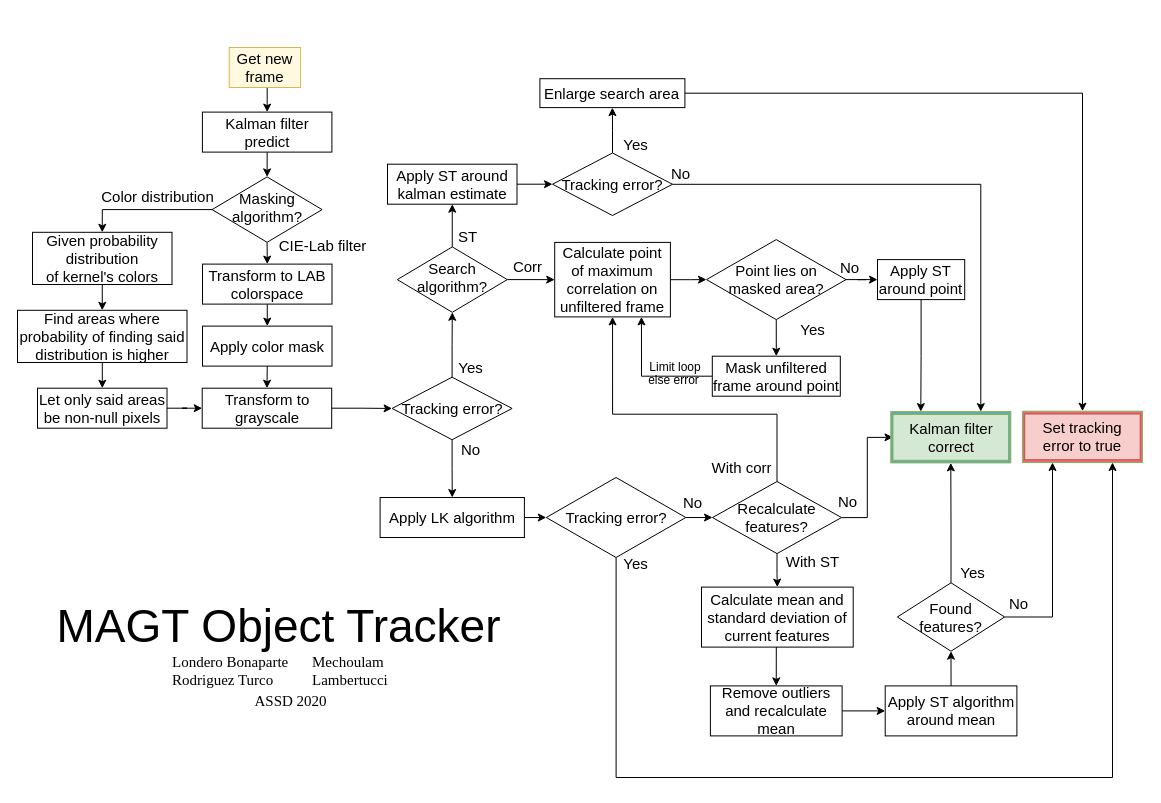
Before: Flowchart.drawio in amechu/TP_FINAL_ASSD, a draw.io diagram. Source tidied: cells renumbered, new cells numbered last; positions are measured from the earlier drawing's top-left corner, leaving out a move shared by most shapes. Both pictures are drawn from the tidied source at 100%, with x=0, y=0 at pixel (17, 47).
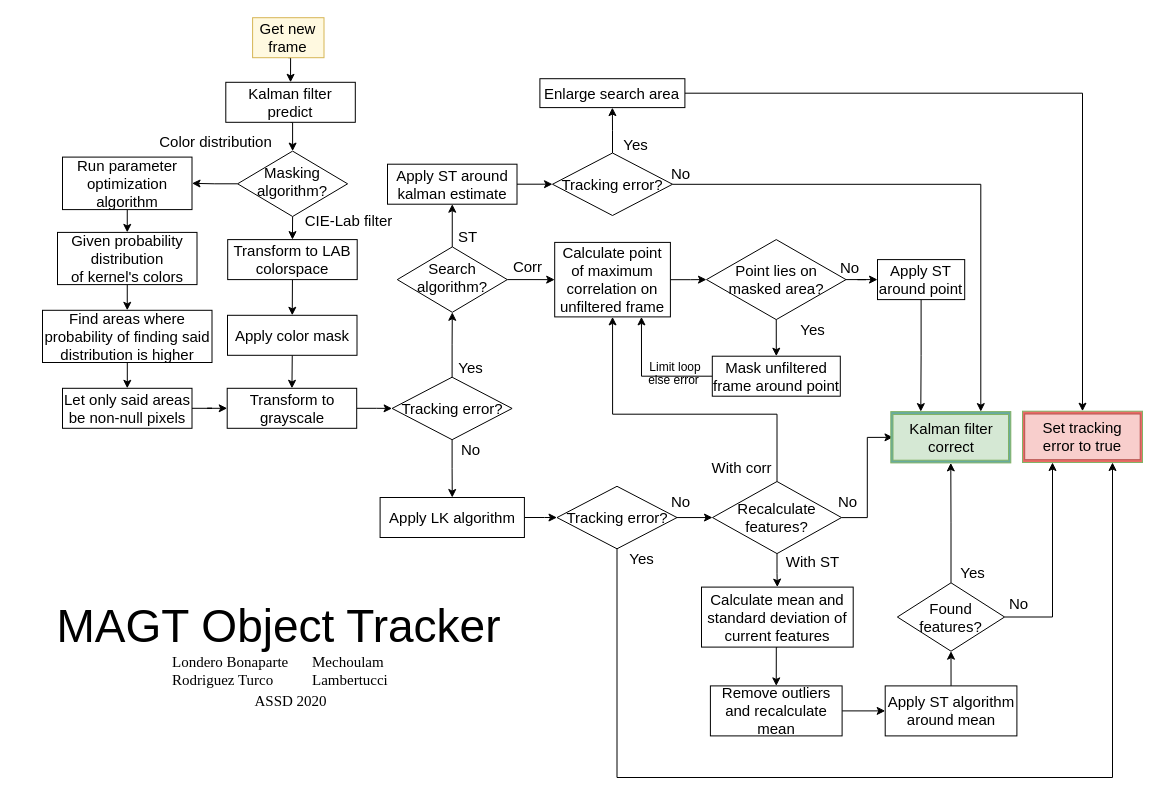
The same page after the edit.

Unchanged cells that the change refers to:
```xml
<mxCell id="86" style="rounded=0;whiteSpace=wrap;html=1;strokeColor=#82b366;fillColor=#EA6B66;" parent="1" vertex="1">
  <mxGeometry x="1005" y="363.7" width="120" height="51.3" as="geometry" />
</mxCell>
```

What changed in the source:
```diff
@@
     <mxCell id="4" value="Get new frame" style="whiteSpace=wrap;html=1;align=center;fontSize=15;strokeColor=#d6b656;fillColor=#FFF9E0;" parent="1" vertex="1">
-      <mxGeometry x="211.7" width="71.4" height="40" as="geometry" />
+      <mxGeometry x="235.1" y="-29.8" width="71.4" height="40" as="geometry" />
     </mxCell>
@@
     <mxCell id="6" value="Transform to LAB colorspace" style="whiteSpace=wrap;html=1;align=center;fontSize=15;" parent="1" vertex="1">
-      <mxGeometry x="185" y="216.6" width="129.5" height="40" as="geometry" />
+      <mxGeometry x="210.2" y="192.1" width="129.5" height="40" as="geometry" />
     </mxCell>
-    <mxCell id="7" style="edgeStyle=orthogonalEdgeStyle;rounded=0;jettySize=auto;html=1;exitX=0.5;exitY=1;exitDx=0;exitDy=0;entryX=0.5;entryY=0;entryDx=0;entryDy=0;endArrow=classic;endFill=1;" parent="1" edge="1" source="8" target="12">
+    <mxCell id="7" style="edgeStyle=orthogonalEdgeStyle;rounded=0;jettySize=auto;html=1;exitX=0.5;exitY=1;exitDx=0;exitDy=0;entryX=0.5;entryY=0;entryDx=0;entryDy=0;" parent="1" edge="1" source="8" target="12">
       <mxGeometry relative="1" as="geometry" />
     </mxCell>
     <mxCell id="8" value="Apply color mask" style="whiteSpace=wrap;html=1;align=center;fontSize=15;" parent="1" vertex="1">
-      <mxGeometry x="185" y="278.6" width="129.5" height="40" as="geometry" />
+      <mxGeometry x="210" y="267.8" width="129.5" height="40" as="geometry" />
     </mxCell>
@@
     <mxCell id="10" value="Kalman filter predict" style="whiteSpace=wrap;html=1;align=center;fontSize=15;" parent="1" vertex="1">
-      <mxGeometry x="184.9" y="64.6" width="129.5" height="40" as="geometry" />
+      <mxGeometry x="208.3" y="34.8" width="129.5" height="40" as="geometry" />
     </mxCell>
@@
     <mxCell id="12" value="Transform to grayscale" style="whiteSpace=wrap;html=1;align=center;fontSize=15;" parent="1" vertex="1">
-      <mxGeometry x="184.7" y="340.7" width="129.5" height="40" as="geometry" />
+      <mxGeometry x="209.7" y="340.8" width="129.5" height="40" as="geometry" />
     </mxCell>
@@
-    <mxCell id="45" style="edgeStyle=orthogonalEdgeStyle;rounded=0;jettySize=auto;html=1;entryX=0.75;entryY=1;entryDx=0;entryDy=0;" parent="1" edge="1" source="46" target="86">
+    <mxCell id="45" style="edgeStyle=orthogonalEdgeStyle;rounded=0;jettySize=auto;html=1;entryX=0.75;entryY=1;entryDx=0;entryDy=0;exitX=0.5;exitY=1;exitDx=0;exitDy=0;" parent="1" edge="1" source="46" target="86">
       <mxGeometry relative="1" as="geometry">
         <Array as="points">
-          <mxPoint x="599" y="730" />
+          <mxPoint x="600" y="730" />
           <mxPoint x="1095" y="730" />
         </Array>
       </mxGeometry>
     </mxCell>
-    <mxCell id="46" value="Tracking error?" style="shape=rhombus;perimeter=rhombusPerimeter;whiteSpace=wrap;html=1;align=center;fontSize=15;" parent="1" vertex="1">
-      <mxGeometry x="528.8" y="430" width="139.5" height="80" as="geometry" />
-    </mxCell>
     <mxCell id="47" value="Yes" style="text;html=1;align=center;verticalAlign=middle;fontSize=15;" parent="1" vertex="1">
-      <mxGeometry x="597.8" y="506.1" width="40" height="20" as="geometry" />
+      <mxGeometry x="603.8" y="501.2" width="40" height="20" as="geometry" />
     </mxCell>
     <mxCell id="48" value="No" style="text;html=1;align=center;verticalAlign=middle;fontSize=15;" parent="1" vertex="1">
-      <mxGeometry x="659.6" y="445" width="30" height="20" as="geometry" />
+      <mxGeometry x="647.8" y="444.1" width="30" height="20" as="geometry" />
     </mxCell>
@@
-    <mxCell id="73" style="edgeStyle=orthogonalEdgeStyle;rounded=0;jettySize=auto;html=1;exitX=0;exitY=0.5;exitDx=0;exitDy=0;entryX=0.5;entryY=0;entryDx=0;entryDy=0;" parent="1" edge="1" source="74" target="77">
-      <mxGeometry relative="1" as="geometry" />
-    </mxCell>
+    <mxCell id="90" style="edgeStyle=orthogonalEdgeStyle;rounded=0;jettySize=auto;html=1;exitX=0;exitY=0.5;exitDx=0;exitDy=0;entryX=1;entryY=0.5;entryDx=0;entryDy=0;" parent="1" edge="1" source="74" target="92">
+      <mxGeometry relative="1" as="geometry" />
+    </mxCell>
     <mxCell id="74" style="shape=rhombus;perimeter=rhombusPerimeter;whiteSpace=wrap;html=1;align=center;fontSize=15;" parent="1" vertex="1">
-      <mxGeometry x="194.6" y="129.4" width="110" height="65.4" as="geometry" />
+      <mxGeometry x="220.1" y="103.6" width="110" height="65.4" as="geometry" />
     </mxCell>
     <mxCell id="75" value="&lt;font style=&quot;font-size: 15px&quot;&gt;Masking algorithm?&lt;/font&gt;" style="text;html=1;strokeColor=none;fillColor=none;align=center;verticalAlign=middle;whiteSpace=wrap;rounded=0;" parent="1" vertex="1">
-      <mxGeometry x="219.5" y="150.1" width="60" height="20" as="geometry" />
+      <mxGeometry x="244.9" y="124.3" width="60" height="20" as="geometry" />
     </mxCell>
@@
     <mxCell id="77" value="Given probability distribution of&amp;nbsp;kernel's colors" style="whiteSpace=wrap;html=1;align=center;fontSize=15;" parent="1" vertex="1">
-      <mxGeometry x="15" y="184.8" width="139.5" height="52.2" as="geometry" />
+      <mxGeometry x="40" y="184.9" width="139.5" height="52.2" as="geometry" />
     </mxCell>
@@
     <mxCell id="79" value="Let only said areas be non-null pixels" style="whiteSpace=wrap;html=1;align=center;fontSize=15;" parent="1" vertex="1">
-      <mxGeometry x="20" y="340.7" width="129.5" height="40" as="geometry" />
+      <mxGeometry x="45" y="340.8" width="129.5" height="40" as="geometry" />
     </mxCell>
@@
     <mxCell id="81" value="Find areas where probability of finding said distribution is higher" style="whiteSpace=wrap;html=1;align=center;fontSize=15;" parent="1" vertex="1">
-      <mxGeometry y="262.8" width="169.5" height="52.2" as="geometry" />
+      <mxGeometry x="25" y="262.8" width="169.5" height="52.2" as="geometry" />
     </mxCell>
@@
     <mxCell id="84" value="Color distribution" style="text;html=1;align=center;verticalAlign=middle;fontSize=15;" parent="1" vertex="1">
-      <mxGeometry x="75" y="139.3" width="130" height="20" as="geometry" />
+      <mxGeometry x="133" y="84" width="130" height="20" as="geometry" />
     </mxCell>
     <mxCell id="85" value="CIE-Lab filter" style="text;html=1;align=center;verticalAlign=middle;fontSize=15;" parent="1" vertex="1">
-      <mxGeometry x="255" y="188.2" width="100" height="20" as="geometry" />
+      <mxGeometry x="281.1" y="163.2" width="100" height="20" as="geometry" />
     </mxCell>
@@
+    <mxCell id="46" value="Tracking error?" style="shape=rhombus;perimeter=rhombusPerimeter;whiteSpace=wrap;html=1;align=center;fontSize=15;" parent="1" vertex="1">
+      <mxGeometry x="539.5" y="438.8" width="120" height="62.5" as="geometry" />
+    </mxCell>
+    <mxCell id="91" style="edgeStyle=orthogonalEdgeStyle;rounded=0;jettySize=auto;html=1;exitX=0.5;exitY=1;exitDx=0;exitDy=0;entryX=0.5;entryY=0;entryDx=0;entryDy=0;" parent="1" edge="1" source="92" target="77">
+      <mxGeometry relative="1" as="geometry" />
+    </mxCell>
+    <mxCell id="92" value="Run parameter optimization algorithm" style="whiteSpace=wrap;html=1;align=center;fontSize=15;" parent="1" vertex="1">
+      <mxGeometry x="45" y="109.6" width="129.5" height="52.5" as="geometry" />
+    </mxCell>
```
